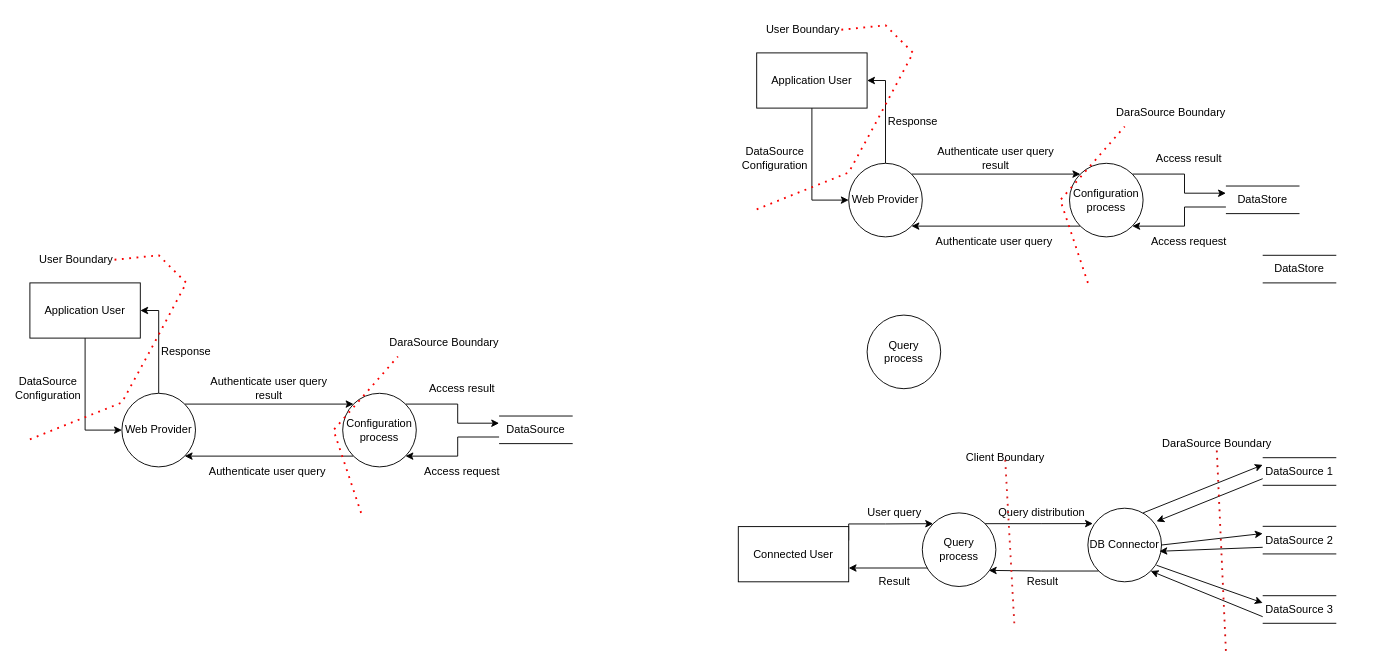
Maquim4/repository_for_challenge keeps this draw.io diagram as sa.drawio. Above is the earlier version. Source tidied: cells renumbered, new cells numbered last; positions are measured from the earlier drawing's top-left corner, leaving out a move shared by most shapes. Both pictures are drawn from the tidied source at 92%, with x=0, y=0 at pixel (20, 16).
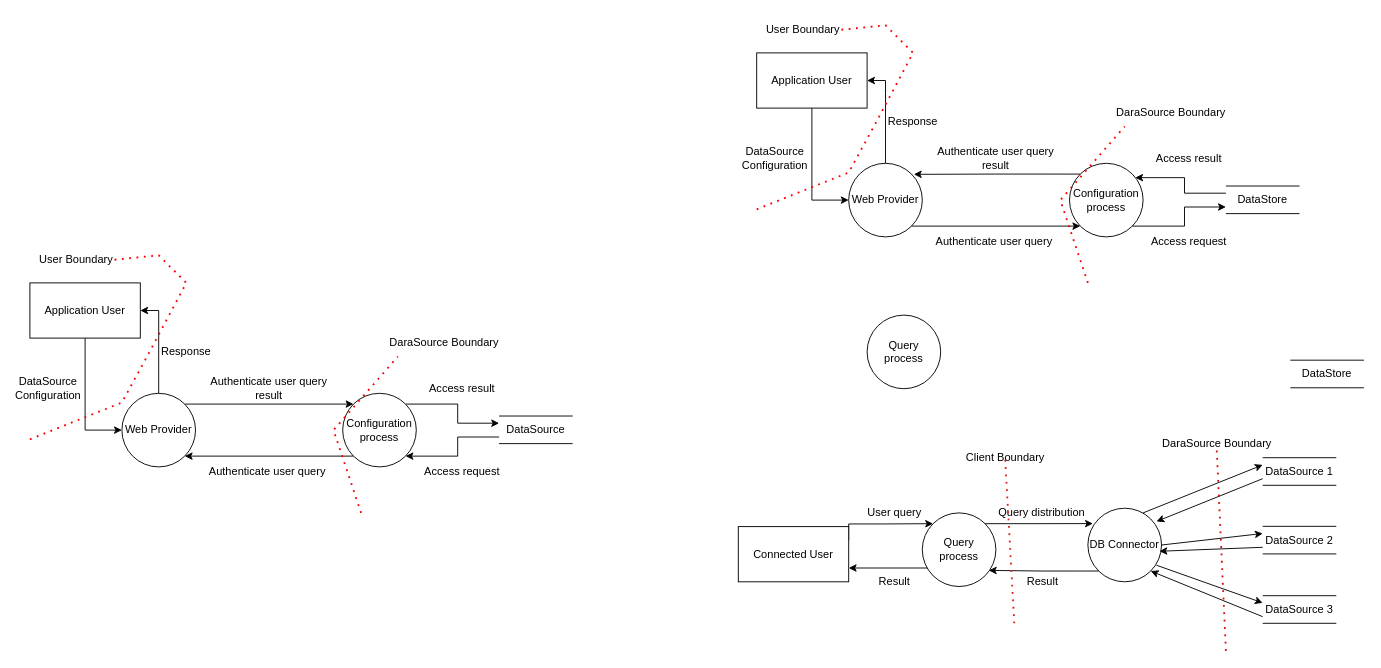
The same diagram, later.

Unchanged cells that the change refers to:
```xml
<mxCell id="30" value="&lt;font&gt;Web Provider&lt;/font&gt;" style="ellipse;whiteSpace=wrap;html=1;fontFamily=Helvetica;" parent="1" vertex="1">
  <mxGeometry x="900" y="160" width="80" height="80" as="geometry" />
</mxCell>
<mxCell id="34" value="Сonfiguration process" style="ellipse;whiteSpace=wrap;html=1;fontFamily=Helvetica;" parent="1" vertex="1">
  <mxGeometry x="1140" y="160" width="80" height="80" as="geometry" />
</mxCell>
<mxCell id="41" value="DataStore" style="text;html=1;strokeColor=none;fillColor=none;align=center;verticalAlign=middle;whiteSpace=wrap;rounded=0;fontFamily=Helvetica;" parent="1" vertex="1">
  <mxGeometry x="1310" y="185" width="80" height="30" as="geometry" />
</mxCell>
```

Diff of the diagram source:
```diff
@@
-    <mxCell id="28" style="edgeStyle=orthogonalEdgeStyle;rounded=0;jettySize=auto;html=1;exitX=1;exitY=0;exitDx=0;exitDy=0;entryX=0;entryY=0;entryDx=0;entryDy=0;fontFamily=Helvetica;" parent="1" edge="1" source="30" target="34">
+    <mxCell id="28" style="edgeStyle=orthogonalEdgeStyle;rounded=0;jettySize=auto;html=1;exitX=0;exitY=0;exitDx=0;exitDy=0;entryX=0.885;entryY=0.15;entryDx=0;entryDy=0;fontFamily=Helvetica;entryPerimeter=0;" parent="1" edge="1" source="34" target="30">
       <mxGeometry relative="1" as="geometry" />
     </mxCell>
@@
-    <mxCell id="32" style="edgeStyle=orthogonalEdgeStyle;rounded=0;jettySize=auto;html=1;exitX=0;exitY=1;exitDx=0;exitDy=0;entryX=1;entryY=1;entryDx=0;entryDy=0;fontFamily=Helvetica;" parent="1" edge="1" source="34" target="30">
+    <mxCell id="32" style="edgeStyle=orthogonalEdgeStyle;rounded=0;jettySize=auto;html=1;exitX=1;exitY=1;exitDx=0;exitDy=0;entryX=0;entryY=1;entryDx=0;entryDy=0;fontFamily=Helvetica;" parent="1" edge="1" source="30" target="34">
       <mxGeometry relative="1" as="geometry" />
     </mxCell>
-    <mxCell id="33" style="edgeStyle=orthogonalEdgeStyle;rounded=0;jettySize=auto;html=1;exitX=1;exitY=0;exitDx=0;exitDy=0;entryX=0;entryY=0.25;entryDx=0;entryDy=0;fontFamily=Helvetica;" parent="1" edge="1" source="34" target="41">
+    <mxCell id="33" style="edgeStyle=orthogonalEdgeStyle;rounded=0;jettySize=auto;html=1;exitX=0;exitY=0.25;exitDx=0;exitDy=0;entryX=0.893;entryY=0.195;entryDx=0;entryDy=0;fontFamily=Helvetica;entryPerimeter=0;" parent="1" edge="1" source="41" target="34">
       <mxGeometry relative="1" as="geometry" />
     </mxCell>
@@
-    <mxCell id="40" style="edgeStyle=orthogonalEdgeStyle;rounded=0;jettySize=auto;html=1;exitX=0;exitY=0.75;exitDx=0;exitDy=0;entryX=1;entryY=1;entryDx=0;entryDy=0;fontFamily=Helvetica;" parent="1" edge="1" source="41" target="34">
+    <mxCell id="40" style="edgeStyle=orthogonalEdgeStyle;rounded=0;jettySize=auto;html=1;exitX=1;exitY=1;exitDx=0;exitDy=0;fontFamily=Helvetica;entryX=0;entryY=0.75;entryDx=0;entryDy=0;" parent="1" edge="1" source="34" target="41">
       <mxGeometry relative="1" as="geometry" />
     </mxCell>
@@
     <mxCell id="51" style="endArrow=none;html=1;rounded=0;fontFamily=Helvetica;" parent="1" edge="1">
       <mxGeometry relative="1" as="geometry">
-        <mxPoint x="1350" y="260" as="sourcePoint" />
-        <mxPoint x="1430" y="260" as="targetPoint" />
+        <mxPoint x="1380" y="374" as="sourcePoint" />
+        <mxPoint x="1460" y="374" as="targetPoint" />
       </mxGeometry>
     </mxCell>
     <mxCell id="52" style="endArrow=none;html=1;rounded=0;fontFamily=Helvetica;" parent="1" edge="1">
       <mxGeometry relative="1" as="geometry">
-        <mxPoint x="1350" y="290" as="sourcePoint" />
-        <mxPoint x="1430" y="290" as="targetPoint" />
+        <mxPoint x="1380" y="404" as="sourcePoint" />
+        <mxPoint x="1460" y="404" as="targetPoint" />
       </mxGeometry>
     </mxCell>
     <mxCell id="53" value="DataStore" style="text;html=1;strokeColor=none;fillColor=none;align=center;verticalAlign=middle;whiteSpace=wrap;rounded=0;fontFamily=Helvetica;" parent="1" vertex="1">
-      <mxGeometry x="1350" y="260.3" width="80" height="30" as="geometry" />
+      <mxGeometry x="1380" y="374.3" width="80" height="30" as="geometry" />
     </mxCell>
```
